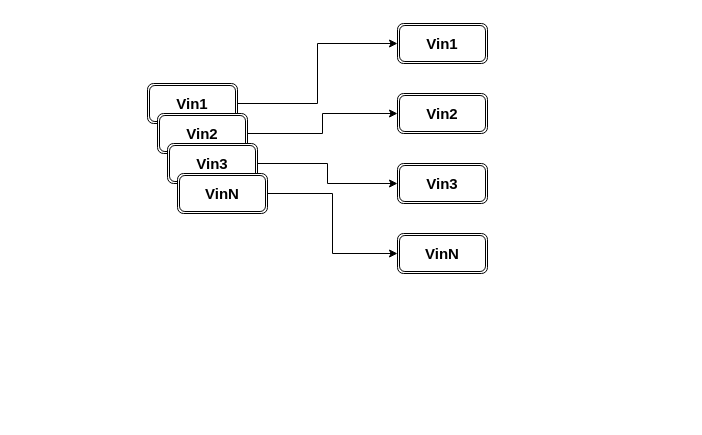
Before: diagrams/tsdb-ppt.drawio in LuooChen/drawio, a draw.io diagram. Source tidied: cells renumbered, new cells numbered last; positions are measured from the earlier drawing's top-left corner, leaving out a move shared by most shapes. Both pictures are drawn from the tidied source at 100%, with x=0, y=0 at pixel (147, 23).
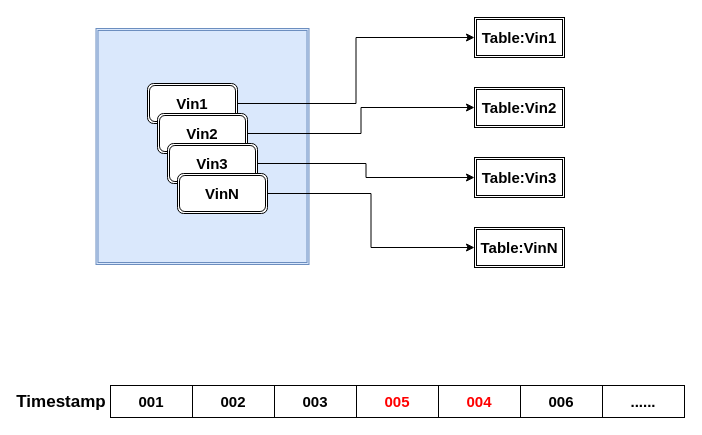
The same diagram, later.

Diff of the diagram source:
```diff
@@
+    <mxCell id="14" style="shape=ext;double=1;rounded=0;whiteSpace=wrap;html=1;labelBackgroundColor=none;strokeColor=#6c8ebf;strokeWidth=1;fillColor=#dae8fc;shadow=0;" parent="1" vertex="1">
+      <mxGeometry x="-51.5" y="5" width="213" height="236" as="geometry" />
+    </mxCell>
-    <mxCell id="2" style="edgeStyle=orthogonalEdgeStyle;rounded=0;jettySize=auto;html=1;entryX=0;entryY=0.5;entryDx=0;entryDy=0;" parent="1" edge="1" source="3" target="10">
+    <mxCell id="2" style="edgeStyle=orthogonalEdgeStyle;rounded=0;jettySize=auto;html=1;entryX=0;entryY=0.5;entryDx=0;entryDy=0;labelBackgroundColor=none;fontColor=default;" parent="1" edge="1" source="3" target="10">
       <mxGeometry relative="1" as="geometry" />
     </mxCell>
-    <mxCell id="3" value="&lt;font style=&quot;font-size: 15px;&quot;&gt;&lt;b&gt;Vin1&lt;/b&gt;&lt;/font&gt;" style="shape=ext;double=1;rounded=1;whiteSpace=wrap;html=1;" parent="1" vertex="1">
+    <mxCell id="3" value="&lt;font style=&quot;font-size: 15px;&quot;&gt;&lt;b&gt;Vin1&lt;/b&gt;&lt;/font&gt;" style="shape=ext;double=1;rounded=1;whiteSpace=wrap;html=1;labelBackgroundColor=none;" parent="1" vertex="1">
       <mxGeometry y="60" width="90" height="40" as="geometry" />
     </mxCell>
-    <mxCell id="4" style="edgeStyle=orthogonalEdgeStyle;rounded=0;jettySize=auto;html=1;" parent="1" edge="1" source="5" target="11">
+    <mxCell id="4" style="edgeStyle=orthogonalEdgeStyle;rounded=0;jettySize=auto;html=1;labelBackgroundColor=none;fontColor=default;" parent="1" edge="1" source="5" target="11">
       <mxGeometry relative="1" as="geometry" />
     </mxCell>
-    <mxCell id="5" value="&lt;font style=&quot;font-size: 15px;&quot;&gt;&lt;b&gt;Vin2&lt;/b&gt;&lt;/font&gt;" style="shape=ext;double=1;rounded=1;whiteSpace=wrap;html=1;" parent="1" vertex="1">
+    <mxCell id="5" value="&lt;font style=&quot;font-size: 15px;&quot;&gt;&lt;b&gt;Vin2&lt;/b&gt;&lt;/font&gt;" style="shape=ext;double=1;rounded=1;whiteSpace=wrap;html=1;labelBackgroundColor=none;" parent="1" vertex="1">
       <mxGeometry x="10" y="90" width="90" height="40" as="geometry" />
     </mxCell>
-    <mxCell id="6" style="edgeStyle=orthogonalEdgeStyle;rounded=0;jettySize=auto;html=1;" parent="1" edge="1" source="7" target="12">
+    <mxCell id="6" style="edgeStyle=orthogonalEdgeStyle;rounded=0;jettySize=auto;html=1;labelBackgroundColor=none;fontColor=default;" parent="1" edge="1" source="7" target="12">
       <mxGeometry relative="1" as="geometry" />
     </mxCell>
-    <mxCell id="7" value="&lt;font style=&quot;font-size: 15px;&quot;&gt;&lt;b&gt;Vin3&lt;/b&gt;&lt;/font&gt;" style="shape=ext;double=1;rounded=1;whiteSpace=wrap;html=1;" parent="1" vertex="1">
+    <mxCell id="7" value="&lt;font style=&quot;font-size: 15px;&quot;&gt;&lt;b&gt;Vin3&lt;/b&gt;&lt;/font&gt;" style="shape=ext;double=1;rounded=1;whiteSpace=wrap;html=1;labelBackgroundColor=none;" parent="1" vertex="1">
       <mxGeometry x="20" y="120" width="90" height="40" as="geometry" />
     </mxCell>
-    <mxCell id="8" style="edgeStyle=orthogonalEdgeStyle;rounded=0;jettySize=auto;html=1;entryX=0;entryY=0.5;entryDx=0;entryDy=0;" parent="1" edge="1" source="9" target="13">
+    <mxCell id="8" style="edgeStyle=orthogonalEdgeStyle;rounded=0;jettySize=auto;html=1;entryX=0;entryY=0.5;entryDx=0;entryDy=0;labelBackgroundColor=none;fontColor=default;" parent="1" edge="1" source="9" target="13">
       <mxGeometry relative="1" as="geometry" />
     </mxCell>
-    <mxCell id="9" value="&lt;font style=&quot;font-size: 15px;&quot;&gt;&lt;b&gt;VinN&lt;/b&gt;&lt;/font&gt;" style="shape=ext;double=1;rounded=1;whiteSpace=wrap;html=1;" parent="1" vertex="1">
+    <mxCell id="9" value="&lt;font style=&quot;font-size: 15px;&quot;&gt;&lt;b&gt;VinN&lt;/b&gt;&lt;/font&gt;" style="shape=ext;double=1;rounded=1;whiteSpace=wrap;html=1;labelBackgroundColor=none;" parent="1" vertex="1">
       <mxGeometry x="30" y="150" width="90" height="40" as="geometry" />
     </mxCell>
-    <mxCell id="10" value="&lt;font style=&quot;font-size: 15px;&quot;&gt;&lt;b&gt;Vin1&lt;/b&gt;&lt;/font&gt;" style="shape=ext;double=1;rounded=1;whiteSpace=wrap;html=1;" parent="1" vertex="1">
-      <mxGeometry x="250" width="90" height="40" as="geometry" />
+    <mxCell id="10" value="&lt;font style=&quot;font-size: 15px;&quot;&gt;&lt;b&gt;Table:Vin1&lt;/b&gt;&lt;/font&gt;" style="shape=ext;double=1;rounded=0;whiteSpace=wrap;html=1;labelBackgroundColor=none;" parent="1" vertex="1">
+      <mxGeometry x="327" y="-6" width="90" height="40" as="geometry" />
     </mxCell>
-    <mxCell id="11" value="&lt;font style=&quot;font-size: 15px;&quot;&gt;&lt;b&gt;Vin2&lt;/b&gt;&lt;/font&gt;" style="shape=ext;double=1;rounded=1;whiteSpace=wrap;html=1;" parent="1" vertex="1">
-      <mxGeometry x="250" y="70" width="90" height="40" as="geometry" />
+    <mxCell id="11" value="&lt;font style=&quot;font-size: 15px;&quot;&gt;&lt;b style=&quot;border-color: var(--border-color);&quot;&gt;Table:&lt;/b&gt;&lt;b&gt;Vin2&lt;/b&gt;&lt;/font&gt;" style="shape=ext;double=1;rounded=0;whiteSpace=wrap;html=1;labelBackgroundColor=none;" parent="1" vertex="1">
+      <mxGeometry x="327" y="64" width="90" height="40" as="geometry" />
     </mxCell>
-    <mxCell id="12" value="&lt;font style=&quot;font-size: 15px;&quot;&gt;&lt;b&gt;Vin3&lt;/b&gt;&lt;/font&gt;" style="shape=ext;double=1;rounded=1;whiteSpace=wrap;html=1;" parent="1" vertex="1">
-      <mxGeometry x="250" y="140" width="90" height="40" as="geometry" />
+    <mxCell id="12" value="&lt;font style=&quot;font-size: 15px;&quot;&gt;&lt;b&gt;Table:Vin3&lt;/b&gt;&lt;/font&gt;" style="shape=ext;double=1;rounded=0;whiteSpace=wrap;html=1;labelBackgroundColor=none;" parent="1" vertex="1">
+      <mxGeometry x="327" y="134" width="90" height="40" as="geometry" />
     </mxCell>
-    <mxCell id="13" value="&lt;font style=&quot;font-size: 15px;&quot;&gt;&lt;b&gt;VinN&lt;/b&gt;&lt;/font&gt;" style="shape=ext;double=1;rounded=1;whiteSpace=wrap;html=1;" parent="1" vertex="1">
-      <mxGeometry x="250" y="210" width="90" height="40" as="geometry" />
+    <mxCell id="13" value="&lt;font style=&quot;font-size: 15px;&quot;&gt;&lt;b&gt;Table:VinN&lt;/b&gt;&lt;/font&gt;" style="shape=ext;double=1;rounded=0;whiteSpace=wrap;html=1;labelBackgroundColor=none;glass=0;" parent="1" vertex="1">
+      <mxGeometry x="327" y="204" width="90" height="40" as="geometry" />
     </mxCell>
+    <mxCell id="15" value="&lt;b&gt;&lt;font style=&quot;font-size: 15px;&quot;&gt;001&lt;/font&gt;&lt;/b&gt;" style="rounded=0;whiteSpace=wrap;html=1;" parent="1" vertex="1">
+      <mxGeometry x="-37" y="362" width="82" height="32" as="geometry" />
+    </mxCell>
+    <mxCell id="16" value="&lt;b&gt;&lt;font style=&quot;font-size: 17px;&quot;&gt;Timestamp&lt;/font&gt;&lt;/b&gt;" style="text;html=1;strokeColor=none;fillColor=none;align=center;verticalAlign=middle;whiteSpace=wrap;rounded=0;" parent="1" vertex="1">
+      <mxGeometry x="-116" y="364" width="60" height="30" as="geometry" />
+    </mxCell>
+    <mxCell id="17" value="&lt;b&gt;&lt;font style=&quot;font-size: 15px;&quot;&gt;002&lt;/font&gt;&lt;/b&gt;" style="rounded=0;whiteSpace=wrap;html=1;" parent="1" vertex="1">
+      <mxGeometry x="45" y="362" width="82" height="32" as="geometry" />
+    </mxCell>
+    <mxCell id="18" value="&lt;b&gt;&lt;font style=&quot;font-size: 15px;&quot;&gt;003&lt;/font&gt;&lt;/b&gt;" style="rounded=0;whiteSpace=wrap;html=1;" parent="1" vertex="1">
+      <mxGeometry x="127" y="362" width="82" height="32" as="geometry" />
+    </mxCell>
+    <mxCell id="19" value="&lt;b&gt;&lt;font color=&quot;#ff0000&quot; style=&quot;font-size: 15px;&quot;&gt;005&lt;/font&gt;&lt;/b&gt;" style="rounded=0;whiteSpace=wrap;html=1;" parent="1" vertex="1">
+      <mxGeometry x="209" y="362" width="82" height="32" as="geometry" />
+    </mxCell>
+    <mxCell id="20" value="&lt;b&gt;&lt;font color=&quot;#ff0000&quot; style=&quot;font-size: 15px;&quot;&gt;004&lt;/font&gt;&lt;/b&gt;" style="rounded=0;whiteSpace=wrap;html=1;" parent="1" vertex="1">
+      <mxGeometry x="291" y="362" width="82" height="32" as="geometry" />
+    </mxCell>
+    <mxCell id="21" value="&lt;b&gt;&lt;font style=&quot;font-size: 15px;&quot;&gt;006&lt;/font&gt;&lt;/b&gt;" style="rounded=0;whiteSpace=wrap;html=1;" parent="1" vertex="1">
+      <mxGeometry x="373" y="362" width="82" height="32" as="geometry" />
+    </mxCell>
+    <mxCell id="22" value="&lt;b&gt;&lt;font style=&quot;font-size: 15px;&quot;&gt;......&lt;/font&gt;&lt;/b&gt;" style="rounded=0;whiteSpace=wrap;html=1;" parent="1" vertex="1">
+      <mxGeometry x="455" y="362" width="82" height="32" as="geometry" />
+    </mxCell>
```
